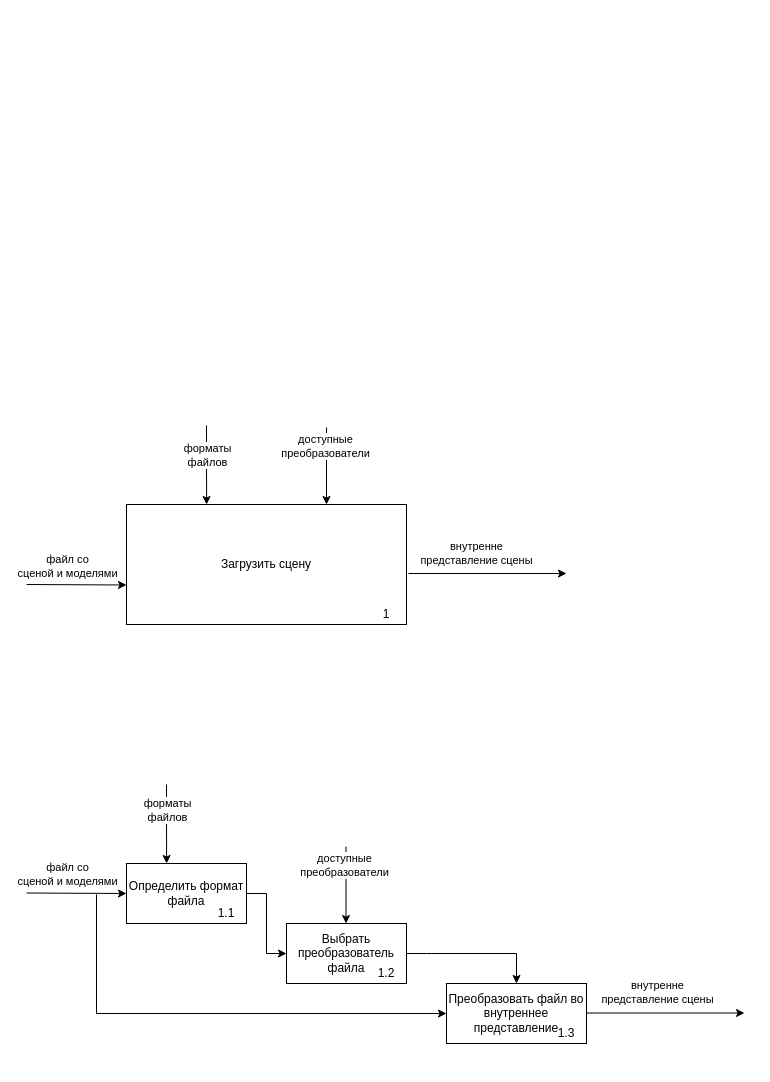
Before: page "1. Загрузка сцены" (2 of 6) of idef0/idef0.drawio in c0sx/3d-model-viewer-design, a draw.io diagram. Source tidied: cells renumbered, new cells numbered last; positions are measured from the earlier drawing's top-left corner, leaving out a move shared by most shapes. Both pictures are drawn from the tidied source at 100%, with x=0, y=0 at pixel (26, 425).
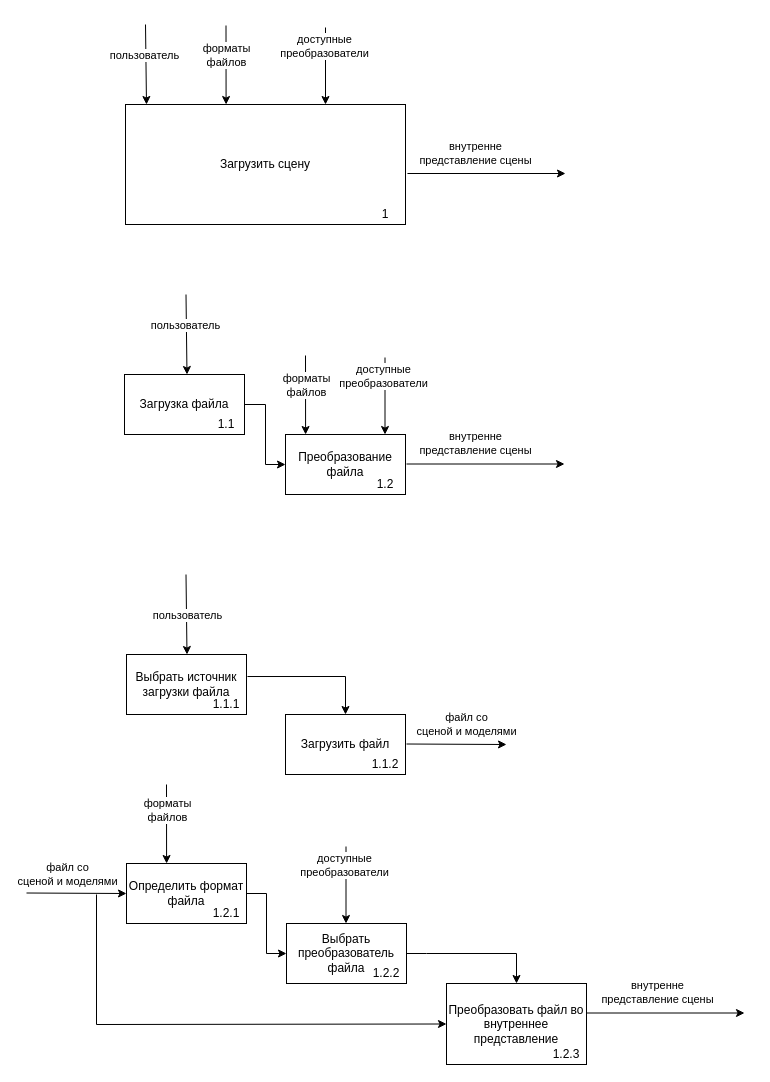
Above is the later version.

Commit message (it also covers changes not shown here):
better idef0 diagram

What changed in the source:
```diff
@@
     <mxCell id="2" value="Загрузить сцену" style="rounded=0;whiteSpace=wrap;html=1;" parent="1" vertex="1">
-      <mxGeometry x="100" y="79" width="280" height="120" as="geometry" />
+      <mxGeometry x="99" y="-321" width="280" height="120" as="geometry" />
     </mxCell>
     <mxCell id="3" style="endArrow=classic;html=1;entryX=0.167;entryY=-0.012;entryDx=0;entryDy=0;entryPerimeter=0;" parent="1" edge="1">
       <mxGeometry relative="1" as="geometry">
-        <mxPoint x="180" as="sourcePoint" />
-        <mxPoint x="180.1" y="79" as="targetPoint" />
+        <mxPoint x="199.5" y="-400" as="sourcePoint" />
+        <mxPoint x="199.6" y="-321" as="targetPoint" />
       </mxGeometry>
     </mxCell>
@@
     <mxCell id="5" style="endArrow=classic;html=1;exitX=1.007;exitY=0.575;exitDx=0;exitDy=0;exitPerimeter=0;" parent="1" edge="1" source="2">
       <mxGeometry relative="1" as="geometry">
-        <mxPoint x="540" y="148" as="targetPoint" />
+        <mxPoint x="539" y="-252" as="targetPoint" />
       </mxGeometry>
     </mxCell>
@@
     <mxCell id="7" value="Преобразовать файл во внутреннее представление" style="rounded=0;whiteSpace=wrap;html=1;" parent="1" vertex="1">
-      <mxGeometry x="420" y="558" width="140" height="60" as="geometry" />
+      <mxGeometry x="420" y="558" width="140" height="81" as="geometry" />
     </mxCell>
@@
-    <mxCell id="15" value="1.1" style="text;html=1;strokeColor=none;fillColor=none;align=center;verticalAlign=middle;whiteSpace=wrap;rounded=0;" parent="1" vertex="1">
+    <mxCell id="15" value="1.2.1" style="text;html=1;strokeColor=none;fillColor=none;align=center;verticalAlign=middle;whiteSpace=wrap;rounded=0;" parent="1" vertex="1">
       <mxGeometry x="180" y="478" width="40" height="20" as="geometry" />
     </mxCell>
-    <mxCell id="16" style="endArrow=classic;html=1;" parent="1" edge="1">
-      <mxGeometry relative="1" as="geometry">
-        <mxPoint y="159" as="sourcePoint" />
-        <mxPoint x="100" y="159.5" as="targetPoint" />
-      </mxGeometry>
-    </mxCell>
-    <mxCell id="17" value="файл со &lt;br&gt;сценой и моделями" style="edgeLabel;html=1;align=center;verticalAlign=middle;" parent="16" vertex="1">
-      <mxGeometry x="-0.34" y="3" relative="1" as="geometry">
-        <mxPoint x="7" y="-16" as="offset" />
-      </mxGeometry>
-    </mxCell>
@@
     <mxCell id="21" value="1" style="text;html=1;strokeColor=none;fillColor=none;align=center;verticalAlign=middle;whiteSpace=wrap;rounded=0;" parent="1" vertex="1">
-      <mxGeometry x="340" y="179" width="40" height="20" as="geometry" />
+      <mxGeometry x="339" y="-221" width="40" height="20" as="geometry" />
     </mxCell>
     <mxCell id="22" style="endArrow=classic;html=1;entryX=0;entryY=0.5;entryDx=0;entryDy=0;rounded=0;endFill=1;" parent="1" edge="1" target="7">
       <mxGeometry relative="1" as="geometry">
         <mxPoint x="70" y="469" as="sourcePoint" />
         <Array as="points">
-          <mxPoint x="70" y="588" />
+          <mxPoint x="70" y="599" />
         </Array>
       </mxGeometry>
     </mxCell>
@@
     <mxCell id="25" style="endArrow=classic;html=1;entryX=0.592;entryY=-0.034;entryDx=0;entryDy=0;entryPerimeter=0;" parent="1" edge="1">
       <mxGeometry relative="1" as="geometry">
-        <mxPoint x="300" y="2" as="sourcePoint" />
-        <mxPoint x="300" y="79" as="targetPoint" />
+        <mxPoint x="299" y="-398" as="sourcePoint" />
+        <mxPoint x="299" y="-321" as="targetPoint" />
       </mxGeometry>
     </mxCell>
@@
-    <mxCell id="27" value="1.2" style="text;html=1;strokeColor=none;fillColor=none;align=center;verticalAlign=middle;whiteSpace=wrap;rounded=0;" parent="1" vertex="1">
+    <mxCell id="27" value="1.2.2" style="text;html=1;strokeColor=none;fillColor=none;align=center;verticalAlign=middle;whiteSpace=wrap;rounded=0;" parent="1" vertex="1">
       <mxGeometry x="340" y="538" width="40" height="20" as="geometry" />
     </mxCell>
-    <mxCell id="28" value="1.3" style="text;html=1;strokeColor=none;fillColor=none;align=center;verticalAlign=middle;whiteSpace=wrap;rounded=0;" parent="1" vertex="1">
-      <mxGeometry x="520" y="598" width="40" height="20" as="geometry" />
+    <mxCell id="28" value="1.2.3" style="text;html=1;strokeColor=none;fillColor=none;align=center;verticalAlign=middle;whiteSpace=wrap;rounded=0;" parent="1" vertex="1">
+      <mxGeometry x="520" y="619" width="40" height="20" as="geometry" />
     </mxCell>
+    <mxCell id="29" value="Выбрать источник загрузки файла" style="rounded=0;whiteSpace=wrap;html=1;" parent="1" vertex="1">
+      <mxGeometry x="100" y="229" width="120" height="60" as="geometry" />
+    </mxCell>
+    <mxCell id="30" style="endArrow=classic;html=1;entryX=0.075;entryY=0;entryDx=0;entryDy=0;entryPerimeter=0;" parent="1" edge="1" target="2">
+      <mxGeometry relative="1" as="geometry">
+        <mxPoint x="119" y="-401" as="sourcePoint" />
+      </mxGeometry>
+    </mxCell>
+    <mxCell id="31" value="пользователь" style="edgeLabel;html=1;align=center;verticalAlign=middle;" parent="30" vertex="1">
+      <mxGeometry x="0.47" y="-2" relative="1" as="geometry">
+        <mxPoint y="-29" as="offset" />
+      </mxGeometry>
+    </mxCell>
+    <mxCell id="32" style="endArrow=classic;html=1;entryX=0.075;entryY=0;entryDx=0;entryDy=0;entryPerimeter=0;" parent="1" edge="1">
+      <mxGeometry relative="1" as="geometry">
+        <mxPoint x="159.5" y="149" as="sourcePoint" />
+        <mxPoint x="160.5" y="229" as="targetPoint" />
+      </mxGeometry>
+    </mxCell>
+    <mxCell id="33" value="пользователь" style="edgeLabel;html=1;align=center;verticalAlign=middle;" parent="32" vertex="1">
+      <mxGeometry x="0.47" y="-2" relative="1" as="geometry">
+        <mxPoint x="2" y="-19" as="offset" />
+      </mxGeometry>
+    </mxCell>
+    <mxCell id="34" value="Загрузить файл" style="rounded=0;whiteSpace=wrap;html=1;" parent="1" vertex="1">
+      <mxGeometry x="259" y="289" width="120" height="60" as="geometry" />
+    </mxCell>
+    <mxCell id="35" style="endArrow=classic;html=1;exitX=1.008;exitY=0.367;exitDx=0;exitDy=0;exitPerimeter=0;entryX=0.5;entryY=0;entryDx=0;entryDy=0;rounded=0;" parent="1" edge="1" source="29" target="34">
+      <mxGeometry relative="1" as="geometry">
+        <Array as="points">
+          <mxPoint x="319" y="251" />
+        </Array>
+      </mxGeometry>
+    </mxCell>
+    <mxCell id="36" style="endArrow=classic;html=1;" parent="1" edge="1">
+      <mxGeometry relative="1" as="geometry">
+        <mxPoint x="380" y="318.5" as="sourcePoint" />
+        <mxPoint x="480" y="319" as="targetPoint" />
+      </mxGeometry>
+    </mxCell>
+    <mxCell id="17" value="файл со &lt;br&gt;сценой и моделями" style="edgeLabel;html=1;align=center;verticalAlign=middle;" parent="36" vertex="1">
+      <mxGeometry x="-0.34" y="3" relative="1" as="geometry">
+        <mxPoint x="26" y="-17" as="offset" />
+      </mxGeometry>
+    </mxCell>
+    <mxCell id="37" value="Загрузка файла" style="rounded=0;whiteSpace=wrap;html=1;" parent="1" vertex="1">
+      <mxGeometry x="98" y="-51" width="120" height="60" as="geometry" />
+    </mxCell>
+    <mxCell id="38" value="Преобразование файла" style="rounded=0;whiteSpace=wrap;html=1;" parent="1" vertex="1">
+      <mxGeometry x="259" y="9" width="120" height="60" as="geometry" />
+    </mxCell>
+    <mxCell id="39" style="endArrow=classic;html=1;entryX=0.075;entryY=0;entryDx=0;entryDy=0;entryPerimeter=0;" parent="1" edge="1">
+      <mxGeometry relative="1" as="geometry">
+        <mxPoint x="159.5" y="-131" as="sourcePoint" />
+        <mxPoint x="160.5" y="-51" as="targetPoint" />
+      </mxGeometry>
+    </mxCell>
+    <mxCell id="40" value="пользователь" style="edgeLabel;html=1;align=center;verticalAlign=middle;" parent="39" vertex="1">
+      <mxGeometry x="0.47" y="-2" relative="1" as="geometry">
+        <mxPoint y="-29" as="offset" />
+      </mxGeometry>
+    </mxCell>
+    <mxCell id="41" style="endArrow=classic;html=1;exitX=1;exitY=0.5;exitDx=0;exitDy=0;entryX=0;entryY=0.5;entryDx=0;entryDy=0;rounded=0;" parent="1" edge="1" source="37" target="38">
+      <mxGeometry relative="1" as="geometry">
+        <Array as="points">
+          <mxPoint x="239" y="-21" />
+          <mxPoint x="239" y="39" />
+        </Array>
+      </mxGeometry>
+    </mxCell>
+    <mxCell id="42" style="endArrow=classic;html=1;entryX=0.167;entryY=-0.012;entryDx=0;entryDy=0;entryPerimeter=0;" parent="1" edge="1">
+      <mxGeometry relative="1" as="geometry">
+        <mxPoint x="279" y="-70" as="sourcePoint" />
+        <mxPoint x="279.1" y="9" as="targetPoint" />
+      </mxGeometry>
+    </mxCell>
+    <mxCell id="43" value="форматы&lt;br&gt;файлов" style="edgeLabel;html=1;align=center;verticalAlign=middle;" parent="42" vertex="1">
+      <mxGeometry x="-0.34" relative="1" as="geometry">
+        <mxPoint y="4" as="offset" />
+      </mxGeometry>
+    </mxCell>
+    <mxCell id="44" style="endArrow=classic;html=1;entryX=0.592;entryY=-0.034;entryDx=0;entryDy=0;entryPerimeter=0;" parent="1" edge="1">
+      <mxGeometry relative="1" as="geometry">
+        <mxPoint x="358.5" y="-68" as="sourcePoint" />
+        <mxPoint x="358.5" y="9" as="targetPoint" />
+      </mxGeometry>
+    </mxCell>
+    <mxCell id="45" value="доступные&lt;br&gt;преобразователи" style="edgeLabel;html=1;align=center;verticalAlign=middle;" parent="44" vertex="1">
+      <mxGeometry x="-0.38" y="-1" relative="1" as="geometry">
+        <mxPoint x="-1" y="-6" as="offset" />
+      </mxGeometry>
+    </mxCell>
+    <mxCell id="46" style="endArrow=classic;html=1;exitX=1.007;exitY=0.575;exitDx=0;exitDy=0;exitPerimeter=0;" parent="1" edge="1">
+      <mxGeometry relative="1" as="geometry">
+        <mxPoint x="380" y="38.5" as="sourcePoint" />
+        <mxPoint x="538" y="38.5" as="targetPoint" />
+      </mxGeometry>
+    </mxCell>
+    <mxCell id="47" value="внутренне &lt;br&gt;представление сцены" style="edgeLabel;html=1;align=center;verticalAlign=middle;" parent="46" vertex="1">
+      <mxGeometry x="0.48" y="-4" relative="1" as="geometry">
+        <mxPoint x="-49" y="-25" as="offset" />
+      </mxGeometry>
+    </mxCell>
+    <mxCell id="48" value="1.1" style="text;html=1;strokeColor=none;fillColor=none;align=center;verticalAlign=middle;whiteSpace=wrap;rounded=0;" parent="1" vertex="1">
+      <mxGeometry x="180" y="-11" width="40" height="20" as="geometry" />
+    </mxCell>
+    <mxCell id="49" value="1.2" style="text;html=1;strokeColor=none;fillColor=none;align=center;verticalAlign=middle;whiteSpace=wrap;rounded=0;" parent="1" vertex="1">
+      <mxGeometry x="339" y="49" width="40" height="20" as="geometry" />
+    </mxCell>
+    <mxCell id="50" value="1.1.1" style="text;html=1;strokeColor=none;fillColor=none;align=center;verticalAlign=middle;whiteSpace=wrap;rounded=0;" parent="1" vertex="1">
+      <mxGeometry x="180" y="269" width="40" height="20" as="geometry" />
+    </mxCell>
+    <mxCell id="51" value="1.1.2" style="text;html=1;strokeColor=none;fillColor=none;align=center;verticalAlign=middle;whiteSpace=wrap;rounded=0;" parent="1" vertex="1">
+      <mxGeometry x="339" y="329" width="40" height="20" as="geometry" />
+    </mxCell>
```
